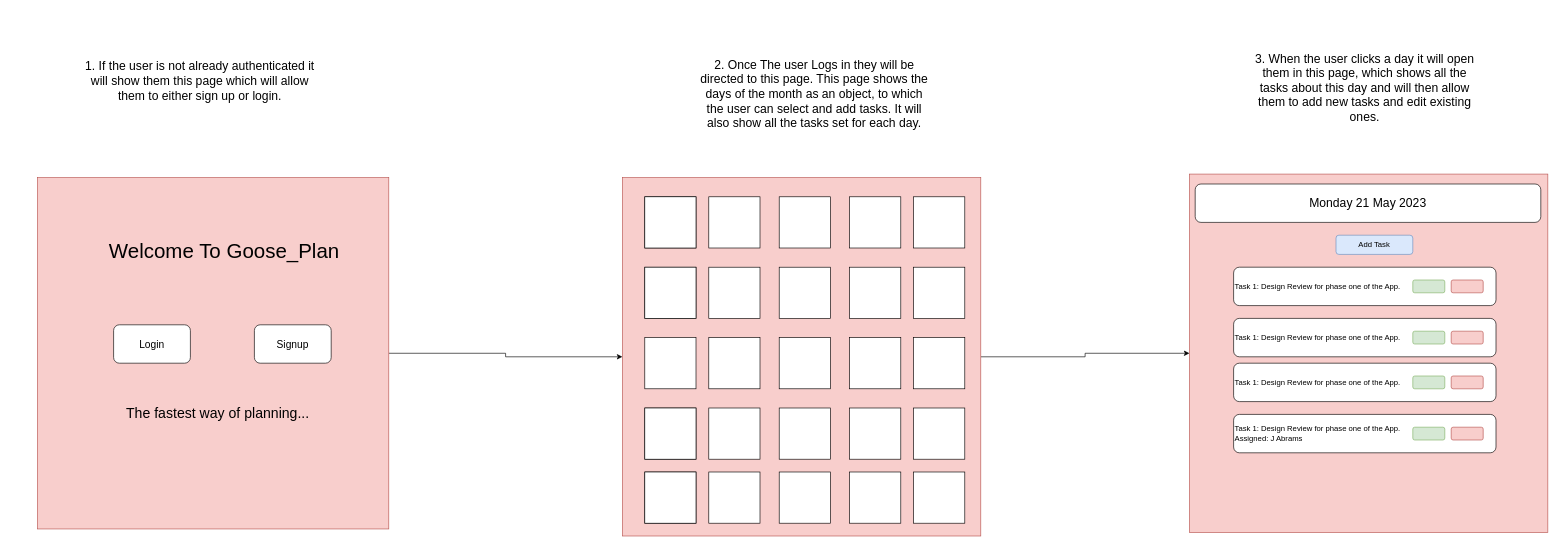
Earlier version of the draw.io diagram Untitled Diagram.drawio (bengraham-B/L3T14). Source tidied: cells renumbered, new cells numbered last; positions are measured from the earlier drawing's top-left corner, leaving out a move shared by most shapes. Both pictures are drawn from the tidied source at 64%, with x=0, y=0 at pixel (11, 11).
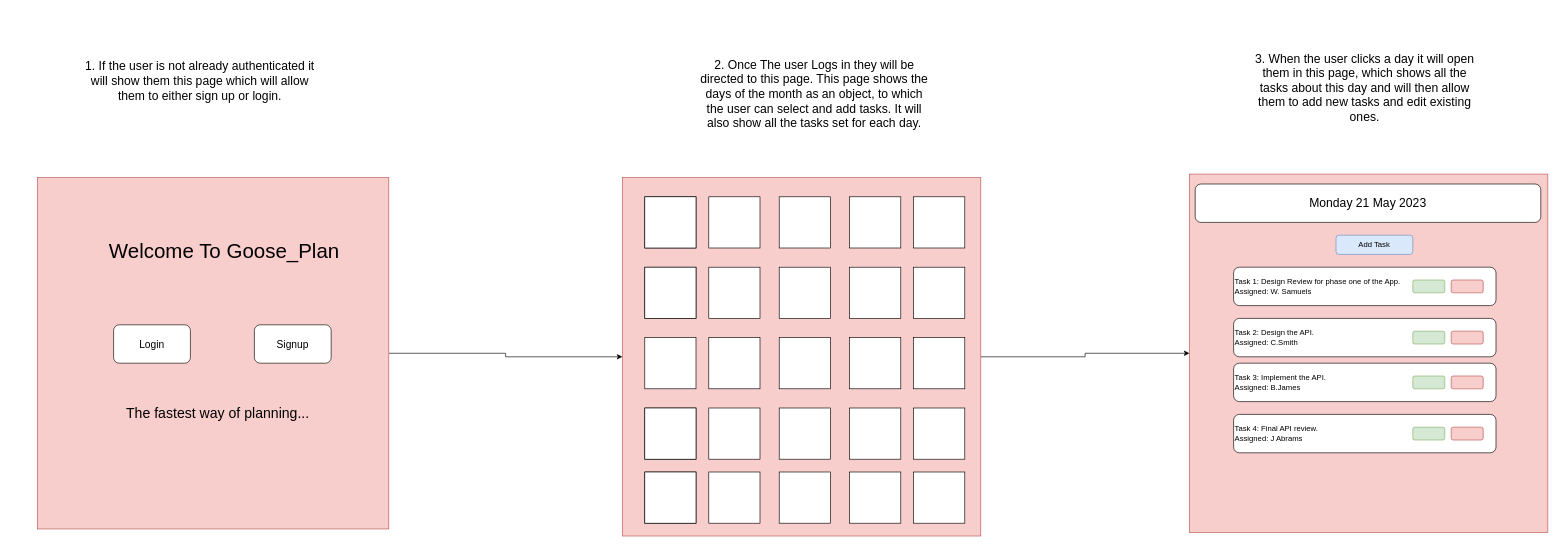
The same page after the edit.

Change to the diagram source:
```diff
@@
-    <mxCell id="45" value="Task 1: Design Review for phase one of the App." style="rounded=1;whiteSpace=wrap;html=1;align=left;" parent="1" vertex="1">
+    <mxCell id="45" value="Task 1: Design Review for phase one of the App.&lt;br&gt;Assigned: W. Samuels" style="rounded=1;whiteSpace=wrap;html=1;align=left;" parent="1" vertex="1">
       <mxGeometry x="1910" y="400" width="410" height="60" as="geometry" />
     </mxCell>
@@
-    <mxCell id="48" value="Task 1: Design Review for phase one of the App." style="rounded=1;whiteSpace=wrap;html=1;align=left;" parent="1" vertex="1">
+    <mxCell id="48" value="Task 3: Implement the API.&lt;br&gt;Assigned: B.James" style="rounded=1;whiteSpace=wrap;html=1;align=left;" parent="1" vertex="1">
       <mxGeometry x="1910" y="550" width="410" height="60" as="geometry" />
     </mxCell>
-    <mxCell id="49" value="Task 1: Design Review for phase one of the App.&lt;br&gt;Assigned: J Abrams" style="rounded=1;whiteSpace=wrap;html=1;align=left;" parent="1" vertex="1">
+    <mxCell id="49" value="Task 4: Final API review.&lt;br&gt;Assigned: J Abrams" style="rounded=1;whiteSpace=wrap;html=1;align=left;" parent="1" vertex="1">
       <mxGeometry x="1910" y="630" width="410" height="60" as="geometry" />
     </mxCell>
-    <mxCell id="50" value="Task 1: Design Review for phase one of the App." style="rounded=1;whiteSpace=wrap;html=1;align=left;" parent="1" vertex="1">
+    <mxCell id="50" value="Task 2: Design the API.&lt;br&gt;Assigned: C.Smith" style="rounded=1;whiteSpace=wrap;html=1;align=left;" parent="1" vertex="1">
       <mxGeometry x="1910" y="480" width="410" height="60" as="geometry" />
     </mxCell>
```
